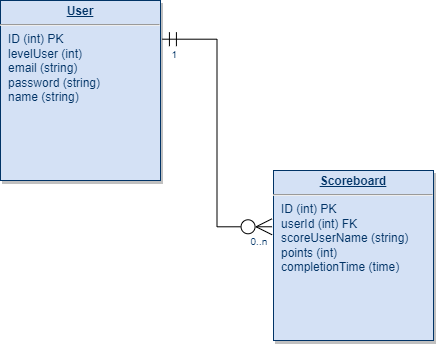
Earlier version of the draw.io export documents/img/database.png (szilardguti/SZFM-mini-project). Source tidied: cells renumbered, new cells last; positions are measured from the earlier drawing's top-left corner, leaving out a move shared by most shapes. Its diagram source:
```xml
<mxGraphModel>
  <root>
    <mxCell id="0" />
    <mxCell id="1" parent="0" />
    <mxCell id="2" value="&lt;p style=&quot;margin: 0px; margin-top: 4px; text-align: center; text-decoration: underline;&quot;&gt;&lt;strong&gt;User&lt;/strong&gt;&lt;/p&gt;&lt;hr&gt;&lt;p style=&quot;margin: 0px; margin-left: 8px;&quot;&gt;ID (int) PK&lt;/p&gt;&lt;p style=&quot;margin: 0px; margin-left: 8px;&quot;&gt;levelUser (int)&lt;br&gt;&lt;/p&gt;&lt;p style=&quot;margin: 0px; margin-left: 8px;&quot;&gt;email (string)&lt;/p&gt;&lt;p style=&quot;margin: 0px; margin-left: 8px;&quot;&gt;password (string)&lt;/p&gt;&lt;p style=&quot;margin: 0px; margin-left: 8px;&quot;&gt;name (string)&lt;br&gt;&lt;/p&gt;&lt;p style=&quot;margin: 0px; margin-left: 8px;&quot;&gt;&lt;br&gt;&lt;/p&gt;" style="verticalAlign=top;align=left;overflow=fill;fontSize=12;fontFamily=Helvetica;html=1;strokeColor=#003366;shadow=1;fillColor=#D4E1F5;fontColor=#003366;" parent="1" vertex="1">
      <mxGeometry width="160" height="180" as="geometry" />
    </mxCell>
    <mxCell id="3" value="&lt;p style=&quot;margin: 0px; margin-top: 4px; text-align: center; text-decoration: underline;&quot;&gt;&lt;strong&gt;Scoreboard&lt;/strong&gt;&lt;/p&gt;&lt;hr&gt;&lt;p style=&quot;margin: 0px; margin-left: 8px;&quot;&gt;ID (int) PK&lt;/p&gt;&lt;p style=&quot;margin: 0px; margin-left: 8px;&quot;&gt;userId (int) FK&lt;/p&gt;&lt;p style=&quot;margin: 0px; margin-left: 8px;&quot;&gt;scoreUserName (string)&lt;/p&gt;&lt;p style=&quot;margin: 0px; margin-left: 8px;&quot;&gt;points (int)&lt;/p&gt;&lt;p style=&quot;margin: 0px; margin-left: 8px;&quot;&gt;completionTime (time)&lt;br&gt;&lt;/p&gt;" style="verticalAlign=top;align=left;overflow=fill;fontSize=12;fontFamily=Helvetica;html=1;strokeColor=#003366;shadow=1;fillColor=#D4E1F5;fontColor=#003366;" parent="1" vertex="1">
      <mxGeometry x="273" y="170" width="160" height="170" as="geometry" />
    </mxCell>
    <mxCell id="4" style="endArrow=ERmandOne;endSize=12;startArrow=ERzeroToMany;startSize=14;startFill=0;edgeStyle=orthogonalEdgeStyle;exitX=-0.009;exitY=0.331;rounded=0;exitDx=0;exitDy=0;entryX=1.012;entryY=0.215;entryDx=0;entryDy=0;entryPerimeter=0;endFill=0;exitPerimeter=0;" parent="1" edge="1" source="3" target="2">
      <mxGeometry x="178.3" y="210" as="geometry" />
    </mxCell>
    <mxCell id="5" value="0..n" style="align=left;verticalAlign=top;labelBackgroundColor=#ffffff;fontSize=10;strokeColor=#003366;shadow=1;fillColor=#D4E1F5;fontColor=#003366;" parent="4" vertex="1">
      <mxGeometry x="-1" relative="1" as="geometry">
        <mxPoint x="-23" y="3" as="offset" />
      </mxGeometry>
    </mxCell>
    <mxCell id="6" value="1" style="align=right;verticalAlign=top;labelBackgroundColor=#ffffff;fontSize=10;strokeColor=#003366;shadow=1;fillColor=#D4E1F5;fontColor=#003366;" parent="4" vertex="1">
      <mxGeometry x="1" relative="1" as="geometry">
        <mxPoint x="16" y="3" as="offset" />
      </mxGeometry>
    </mxCell>
  </root>
</mxGraphModel>
```
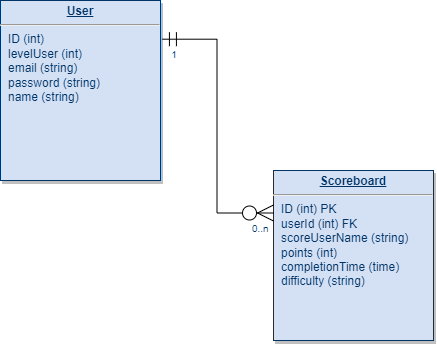
Above is the later version.

Commit message:
adatbázis - ábra bővítése nehézségi szinttel

What changed in the source:
```diff
@@ -2,13 +2,13 @@
   <root>
     <mxCell id="0" />
     <mxCell id="1" parent="0" />
-    <mxCell id="2" value="&lt;p style=&quot;margin: 0px; margin-top: 4px; text-align: center; text-decoration: underline;&quot;&gt;&lt;strong&gt;User&lt;/strong&gt;&lt;/p&gt;&lt;hr&gt;&lt;p style=&quot;margin: 0px; margin-left: 8px;&quot;&gt;ID (int) PK&lt;/p&gt;&lt;p style=&quot;margin: 0px; margin-left: 8px;&quot;&gt;levelUser (int)&lt;br&gt;&lt;/p&gt;&lt;p style=&quot;margin: 0px; margin-left: 8px;&quot;&gt;email (string)&lt;/p&gt;&lt;p style=&quot;margin: 0px; margin-left: 8px;&quot;&gt;password (string)&lt;/p&gt;&lt;p style=&quot;margin: 0px; margin-left: 8px;&quot;&gt;name (string)&lt;br&gt;&lt;/p&gt;&lt;p style=&quot;margin: 0px; margin-left: 8px;&quot;&gt;&lt;br&gt;&lt;/p&gt;" style="verticalAlign=top;align=left;overflow=fill;fontSize=12;fontFamily=Helvetica;html=1;strokeColor=#003366;shadow=1;fillColor=#D4E1F5;fontColor=#003366;" parent="1" vertex="1">
+    <mxCell id="2" value="&lt;p style=&quot;margin: 0px; margin-top: 4px; text-align: center; text-decoration: underline;&quot;&gt;&lt;strong&gt;User&lt;/strong&gt;&lt;/p&gt;&lt;hr&gt;&lt;p style=&quot;margin: 0px; margin-left: 8px;&quot;&gt;ID (int)&lt;/p&gt;&lt;p style=&quot;margin: 0px; margin-left: 8px;&quot;&gt;levelUser (int)&lt;br&gt;&lt;/p&gt;&lt;p style=&quot;margin: 0px; margin-left: 8px;&quot;&gt;email (string)&lt;/p&gt;&lt;p style=&quot;margin: 0px; margin-left: 8px;&quot;&gt;password (string)&lt;/p&gt;&lt;p style=&quot;margin: 0px; margin-left: 8px;&quot;&gt;name (string)&lt;br&gt;&lt;/p&gt;&lt;p style=&quot;margin: 0px; margin-left: 8px;&quot;&gt;&lt;br&gt;&lt;/p&gt;" style="verticalAlign=top;align=left;overflow=fill;fontSize=12;fontFamily=Helvetica;html=1;strokeColor=#003366;shadow=1;fillColor=#D4E1F5;fontColor=#003366;" parent="1" vertex="1">
       <mxGeometry width="160" height="180" as="geometry" />
     </mxCell>
-    <mxCell id="3" value="&lt;p style=&quot;margin: 0px; margin-top: 4px; text-align: center; text-decoration: underline;&quot;&gt;&lt;strong&gt;Scoreboard&lt;/strong&gt;&lt;/p&gt;&lt;hr&gt;&lt;p style=&quot;margin: 0px; margin-left: 8px;&quot;&gt;ID (int) PK&lt;/p&gt;&lt;p style=&quot;margin: 0px; margin-left: 8px;&quot;&gt;userId (int) FK&lt;/p&gt;&lt;p style=&quot;margin: 0px; margin-left: 8px;&quot;&gt;scoreUserName (string)&lt;/p&gt;&lt;p style=&quot;margin: 0px; margin-left: 8px;&quot;&gt;points (int)&lt;/p&gt;&lt;p style=&quot;margin: 0px; margin-left: 8px;&quot;&gt;completionTime (time)&lt;br&gt;&lt;/p&gt;" style="verticalAlign=top;align=left;overflow=fill;fontSize=12;fontFamily=Helvetica;html=1;strokeColor=#003366;shadow=1;fillColor=#D4E1F5;fontColor=#003366;" parent="1" vertex="1">
+    <mxCell id="3" value="&lt;p style=&quot;margin: 0px; margin-top: 4px; text-align: center; text-decoration: underline;&quot;&gt;&lt;strong&gt;Scoreboard&lt;/strong&gt;&lt;/p&gt;&lt;hr&gt;&lt;p style=&quot;margin: 0px; margin-left: 8px;&quot;&gt;ID (int) PK&lt;/p&gt;&lt;p style=&quot;margin: 0px; margin-left: 8px;&quot;&gt;userId (int) FK&lt;/p&gt;&lt;p style=&quot;margin: 0px; margin-left: 8px;&quot;&gt;scoreUserName (string)&lt;/p&gt;&lt;p style=&quot;margin: 0px; margin-left: 8px;&quot;&gt;points (int)&lt;/p&gt;&lt;p style=&quot;margin: 0px; margin-left: 8px;&quot;&gt;completionTime (time)&lt;br&gt;&lt;/p&gt;&lt;p style=&quot;margin: 0px; margin-left: 8px;&quot;&gt;difficulty (string)&lt;/p&gt;" style="verticalAlign=top;align=left;overflow=fill;fontSize=12;fontFamily=Helvetica;html=1;strokeColor=#003366;shadow=1;fillColor=#D4E1F5;fontColor=#003366;" parent="1" vertex="1">
       <mxGeometry x="273" y="170" width="160" height="170" as="geometry" />
     </mxCell>
-    <mxCell id="4" style="endArrow=ERmandOne;endSize=12;startArrow=ERzeroToMany;startSize=14;startFill=0;edgeStyle=orthogonalEdgeStyle;exitX=-0.009;exitY=0.331;rounded=0;exitDx=0;exitDy=0;entryX=1.012;entryY=0.215;entryDx=0;entryDy=0;entryPerimeter=0;endFill=0;exitPerimeter=0;" parent="1" edge="1" source="3" target="2">
+    <mxCell id="4" style="endArrow=ERmandOne;endSize=12;startArrow=ERzeroToMany;startSize=14;startFill=0;edgeStyle=orthogonalEdgeStyle;exitX=0;exitY=0.25;rounded=0;exitDx=0;exitDy=0;entryX=1.012;entryY=0.215;entryDx=0;entryDy=0;entryPerimeter=0;endFill=0;" parent="1" edge="1" source="3" target="2">
       <mxGeometry x="178.3" y="210" as="geometry" />
     </mxCell>
     <mxCell id="5" value="0..n" style="align=left;verticalAlign=top;labelBackgroundColor=#ffffff;fontSize=10;strokeColor=#003366;shadow=1;fillColor=#D4E1F5;fontColor=#003366;" parent="4" vertex="1">
```
